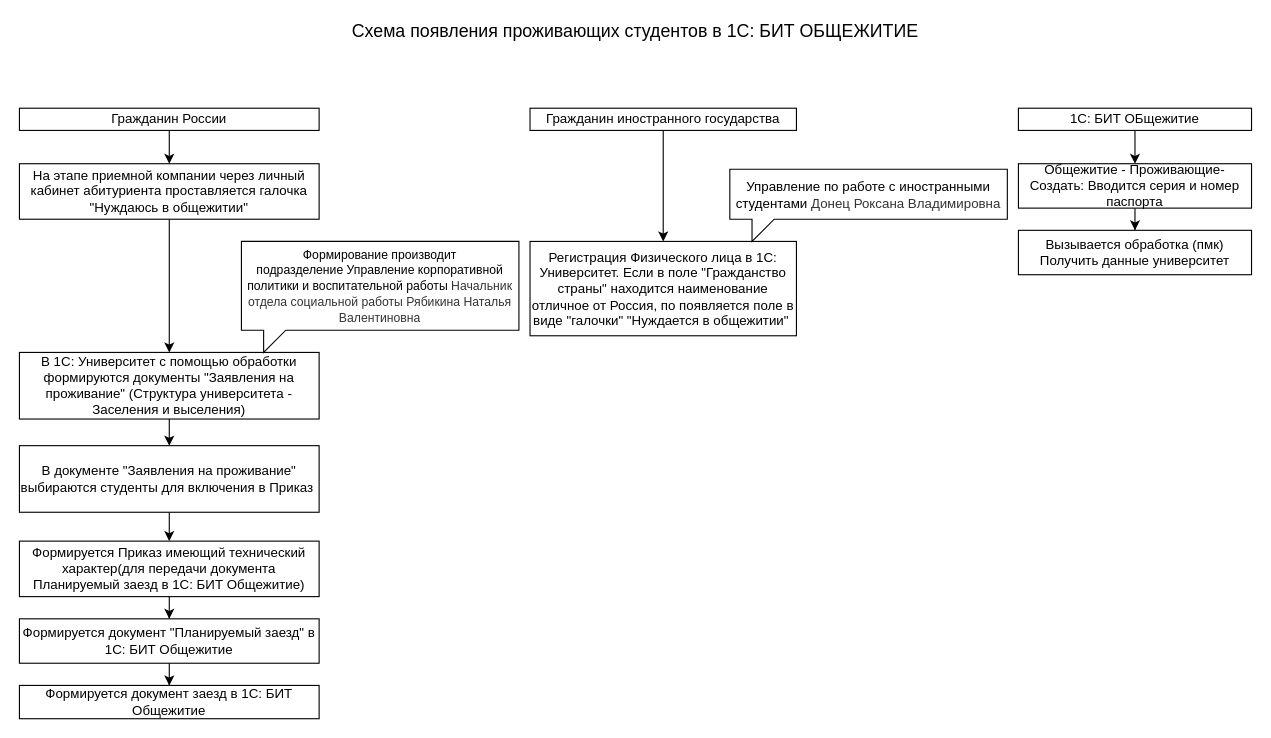
st00g21/MyRepo2 keeps this draw.io diagram as 1C Общежитие.drawio. Above is the earlier version. Source tidied: cells renumbered, new cells numbered last; positions are measured from the earlier drawing's top-left corner, leaving out a move shared by most shapes. Both pictures are drawn from the tidied source at 111%, with x=0, y=0 at pixel (19, 19).
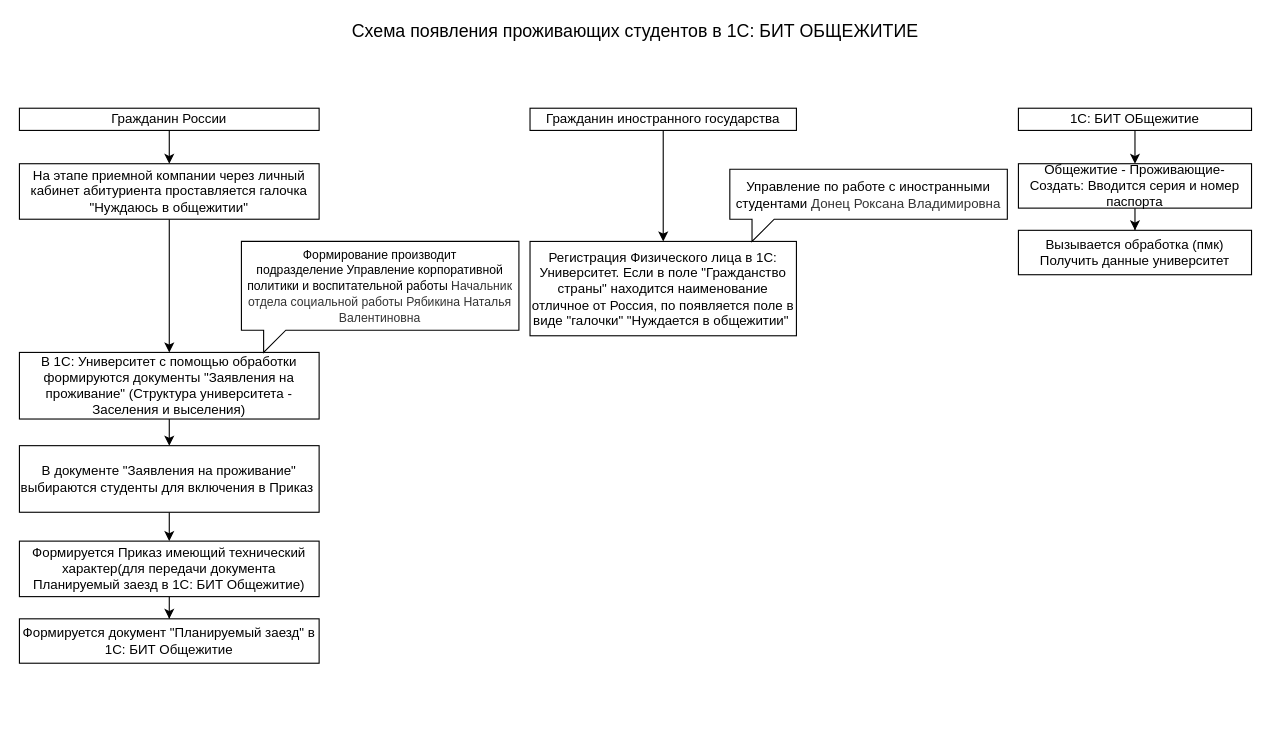
Above is the later version.

The change refers to these unchanged cells:
```xml
<mxCell id="19" value="Формируется документ &quot;Планируемый заезд&quot; в 1С: БИТ Общежитие" style="rounded=0;whiteSpace=wrap;html=1;" parent="1" vertex="1">
  <mxGeometry y="540" width="270" height="40" as="geometry" />
</mxCell>
```

The edit, as a diff of the source:
```diff
@@
-    <mxCell id="18" style="edgeStyle=orthogonalEdgeStyle;rounded=0;jettySize=auto;html=1;" parent="1" edge="1" source="19" target="20">
-      <mxGeometry relative="1" as="geometry" />
-    </mxCell>
@@
-    <mxCell id="20" value="Формируется документ заезд в 1С: БИТ Общежитие" style="rounded=0;whiteSpace=wrap;html=1;" parent="1" vertex="1">
-      <mxGeometry y="600" width="270" height="30" as="geometry" />
-    </mxCell>
```
